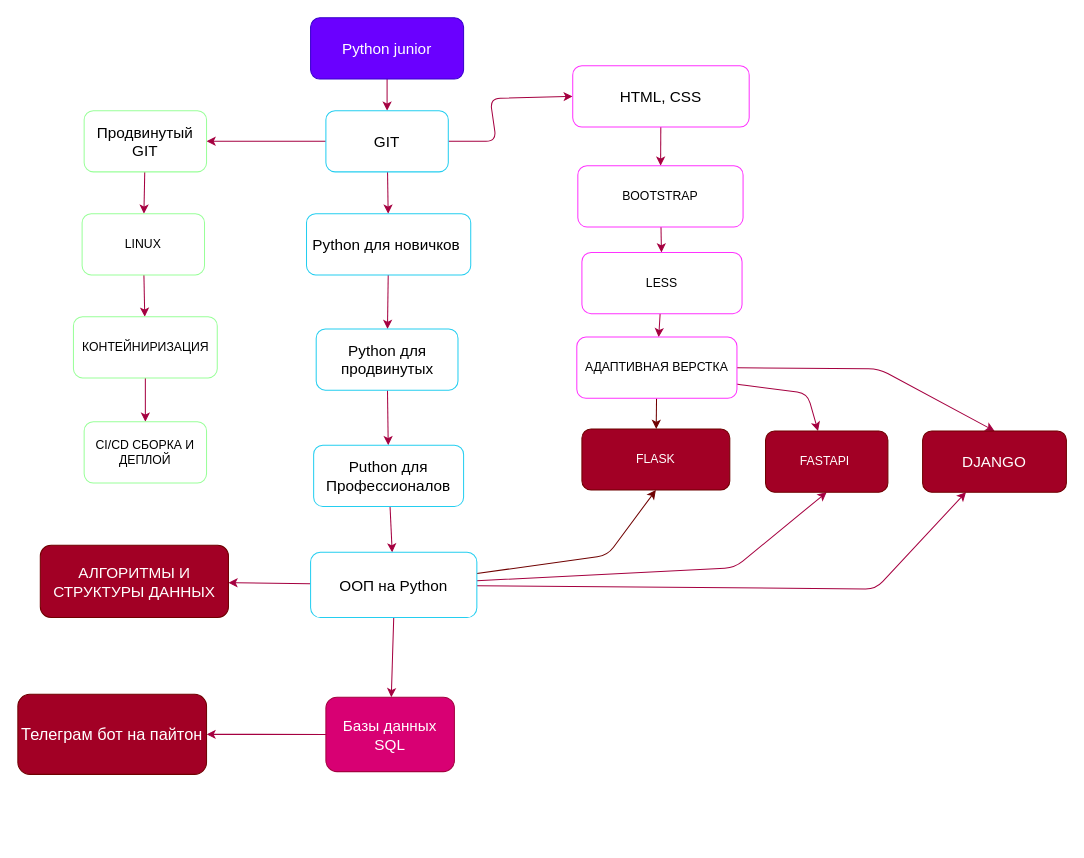
Bichikov/Theory keeps this draw.io diagram as Моя карта.drawio. Above is the earlier version. Source tidied: cells renumbered, new cells numbered last; positions are measured from the earlier drawing's top-left corner, leaving out a move shared by most shapes. Both pictures are drawn from the tidied source at 102%, with x=0, y=0 at pixel (17, 17).
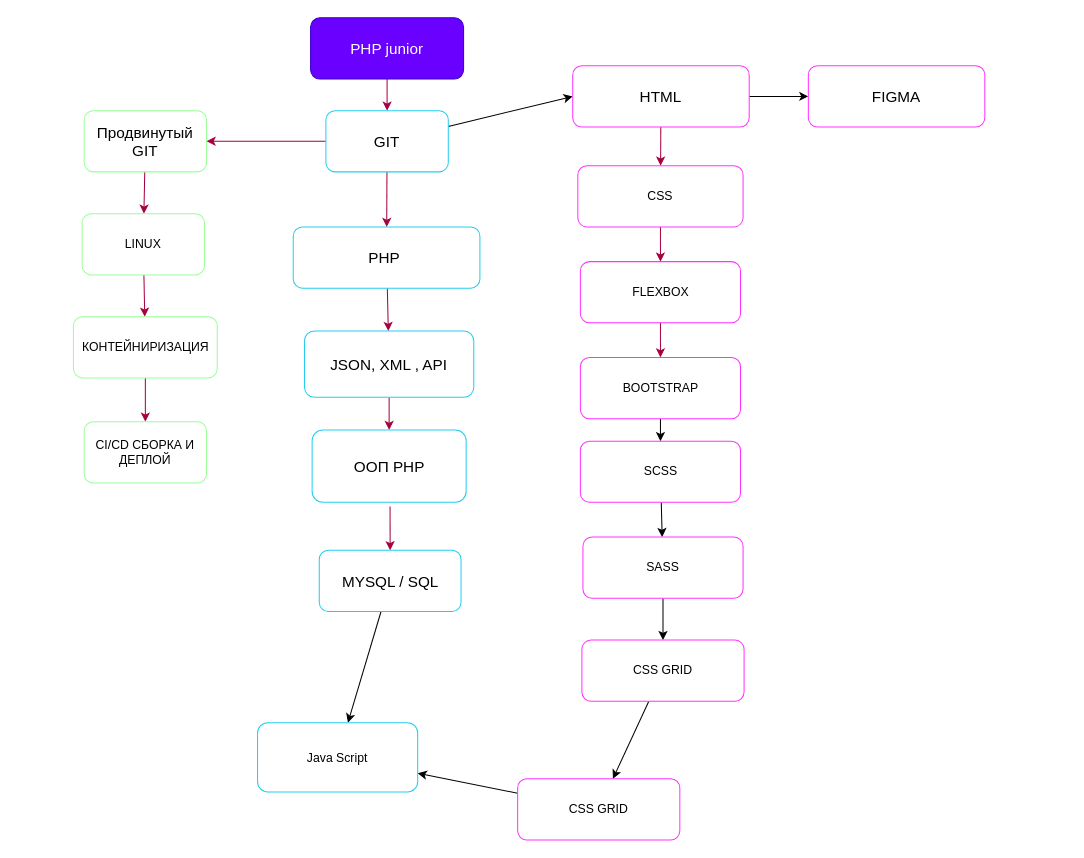
The same diagram, later.

The change refers to these unchanged cells:
```xml
<mxCell id="7" value="&lt;font style=&quot;font-size: 15px;&quot;&gt;GIT&lt;/font&gt;" style="whiteSpace=wrap;html=1;rounded=1;strokeColor=#24CEF0;" parent="1" vertex="1">
  <mxGeometry x="302" y="91" width="120" height="60" as="geometry" />
</mxCell>
<mxCell id="35" value="&lt;span style=&quot;font-size: 15px;&quot;&gt;Продвинутый GIT&lt;/span&gt;" style="whiteSpace=wrap;html=1;rounded=1;strokeColor=#99FF99;" parent="1" vertex="1">
  <mxGeometry x="65" y="91" width="120" height="60" as="geometry" />
</mxCell>
```

Change to the diagram source:
```diff
@@
-    <mxCell id="3" value="&lt;font style=&quot;font-size: 15px;&quot;&gt;Python junior&lt;/font&gt;" style="rounded=1;whiteSpace=wrap;html=1;fillColor=#6a00ff;fontColor=#ffffff;strokeColor=#3700CC;" parent="1" vertex="1">
+    <mxCell id="3" value="&lt;font style=&quot;font-size: 15px;&quot;&gt;PHP junior&lt;/font&gt;" style="rounded=1;whiteSpace=wrap;html=1;fillColor=#6a00ff;fontColor=#ffffff;strokeColor=#3700CC;" parent="1" vertex="1">
       <mxGeometry x="287" width="150" height="60" as="geometry" />
     </mxCell>
@@
+    <mxCell id="6" style="edgeStyle=none;html=1;fontSize=15;fillColor=#d80073;strokeColor=#A50040;" parent="1" edge="1" source="7" target="35">
+      <mxGeometry relative="1" as="geometry" />
+    </mxCell>
-    <mxCell id="5" style="edgeStyle=none;html=1;entryX=0;entryY=0.5;entryDx=0;entryDy=0;fillColor=#d80073;strokeColor=#A50040;" parent="1" edge="1" source="7" target="21">
-      <mxGeometry relative="1" as="geometry">
-        <Array as="points">
-          <mxPoint x="469" y="121" />
-          <mxPoint x="463" y="79" />
-        </Array>
-      </mxGeometry>
+    <mxCell id="5" style="edgeStyle=none;html=1;entryX=0;entryY=0.5;entryDx=0;entryDy=0;" parent="1" edge="1" source="7" target="21">
+      <mxGeometry relative="1" as="geometry" />
     </mxCell>
-    <mxCell id="6" style="edgeStyle=none;html=1;fontSize=15;fillColor=#d80073;strokeColor=#A50040;" parent="1" edge="1" source="7" target="35">
-      <mxGeometry relative="1" as="geometry" />
-    </mxCell>
@@
-    <mxCell id="9" value="&lt;font style=&quot;font-size: 15px;&quot;&gt;Python для новичков&amp;nbsp;&lt;/font&gt;" style="whiteSpace=wrap;html=1;rounded=1;strokeColor=#24CEF0;" parent="1" vertex="1">
-      <mxGeometry x="283" y="192" width="161" height="60" as="geometry" />
+    <mxCell id="9" value="&lt;font style=&quot;font-size: 15px;&quot;&gt;PHP&amp;nbsp;&lt;/font&gt;" style="whiteSpace=wrap;html=1;rounded=1;strokeColor=#24CEF0;" parent="1" vertex="1">
+      <mxGeometry x="270" y="205" width="183" height="60" as="geometry" />
     </mxCell>
-    <mxCell id="10" style="edgeStyle=none;html=1;fillColor=#d80073;strokeColor=#A50040;" parent="1" edge="1" source="11" target="13">
+    <mxCell id="10" style="edgeStyle=none;html=1;fillColor=#d80073;strokeColor=#A50040;entryX=0.5;entryY=0;entryDx=0;entryDy=0;" parent="1" edge="1" source="11" target="50">
       <mxGeometry relative="1" as="geometry" />
     </mxCell>
-    <mxCell id="11" value="&lt;font style=&quot;font-size: 15px;&quot;&gt;Python для продвинутых&lt;/font&gt;" style="whiteSpace=wrap;html=1;rounded=1;strokeColor=#24CEF0;" parent="1" vertex="1">
-      <mxGeometry x="292.5" y="305" width="139" height="60" as="geometry" />
+    <mxCell id="11" value="&lt;span style=&quot;font-size: 15px;&quot;&gt;JSON, XML , API&lt;br&gt;&lt;/span&gt;" style="whiteSpace=wrap;html=1;rounded=1;strokeColor=#24CEF0;" parent="1" vertex="1">
+      <mxGeometry x="281" y="307" width="166" height="65" as="geometry" />
     </mxCell>
-    <mxCell id="12" style="edgeStyle=none;html=1;fillColor=#d80073;strokeColor=#A50040;" parent="1" edge="1" source="13" target="19">
-      <mxGeometry relative="1" as="geometry" />
+    <mxCell id="12" style="edgeStyle=none;html=1;fillColor=#d80073;strokeColor=#A50040;entryX=0.5;entryY=0;entryDx=0;entryDy=0;" parent="1" edge="1" target="49">
+      <mxGeometry relative="1" as="geometry">
+        <mxPoint x="364.9" y="479" as="sourcePoint" />
+      </mxGeometry>
     </mxCell>
-    <mxCell id="13" value="&lt;font style=&quot;font-size: 15px;&quot;&gt;Puthon для Профессионалов&lt;/font&gt;" style="whiteSpace=wrap;html=1;rounded=1;strokeColor=#24CEF0;" parent="1" vertex="1">
-      <mxGeometry x="290" y="419" width="147" height="60" as="geometry" />
-    </mxCell>
-    <mxCell id="14" style="edgeStyle=none;html=1;fillColor=#d80073;strokeColor=#A50040;" parent="1" edge="1" source="19" target="23">
-      <mxGeometry relative="1" as="geometry">
-        <Array as="points">
-          <mxPoint x="841" y="560" />
-        </Array>
-      </mxGeometry>
-    </mxCell>
-    <mxCell id="15" style="edgeStyle=none;html=1;exitX=0.5;exitY=1;exitDx=0;exitDy=0;fillColor=#d80073;strokeColor=#A50040;" parent="1" edge="1" source="19" target="25">
-      <mxGeometry relative="1" as="geometry" />
-    </mxCell>
-    <mxCell id="16" style="edgeStyle=none;html=1;fontSize=15;fillColor=#d80073;strokeColor=#A50040;" parent="1" edge="1" source="19" target="41">
-      <mxGeometry relative="1" as="geometry" />
-    </mxCell>
-    <mxCell id="17" style="edgeStyle=none;html=1;fontSize=18;entryX=0.5;entryY=1;entryDx=0;entryDy=0;fillColor=#d80073;strokeColor=#A50040;" parent="1" edge="1" source="19" target="42">
-      <mxGeometry relative="1" as="geometry">
-        <Array as="points">
-          <mxPoint x="703" y="539" />
-        </Array>
-      </mxGeometry>
-    </mxCell>
-    <mxCell id="18" style="edgeStyle=none;html=1;fontSize=15;entryX=0.5;entryY=1;entryDx=0;entryDy=0;fillColor=#a20025;strokeColor=#6F0000;" parent="1" edge="1" source="19" target="43">
-      <mxGeometry relative="1" as="geometry">
-        <Array as="points">
-          <mxPoint x="578" y="527" />
-        </Array>
-      </mxGeometry>
-    </mxCell>
-    <mxCell id="19" value="&lt;font style=&quot;font-size: 15px;&quot;&gt;ООП на Python&lt;/font&gt;" style="whiteSpace=wrap;html=1;rounded=1;strokeColor=#24CEF0;" parent="1" vertex="1">
-      <mxGeometry x="287" y="524" width="163" height="64" as="geometry" />
-    </mxCell>
@@
+    <mxCell id="44" style="edgeStyle=none;html=1;" parent="1" edge="1" source="21" target="55">
+      <mxGeometry relative="1" as="geometry" />
+    </mxCell>
-    <mxCell id="21" value="&lt;span style=&quot;font-size: 15px;&quot;&gt;HTML, CSS&lt;/span&gt;" style="whiteSpace=wrap;html=1;rounded=1;strokeColor=#FF33FF;" parent="1" vertex="1">
+    <mxCell id="21" value="&lt;span style=&quot;font-size: 15px;&quot;&gt;HTML&lt;/span&gt;" style="whiteSpace=wrap;html=1;rounded=1;strokeColor=#FF33FF;" parent="1" vertex="1">
       <mxGeometry x="544" y="47" width="173" height="60" as="geometry" />
     </mxCell>
-    <mxCell id="22" style="edgeStyle=none;html=1;fontSize=12;entryX=0.5;entryY=0;entryDx=0;entryDy=0;exitX=1;exitY=0.5;exitDx=0;exitDy=0;fillColor=#d80073;strokeColor=#A50040;" parent="1" edge="1" source="32" target="23">
-      <mxGeometry relative="1" as="geometry">
-        <Array as="points">
-          <mxPoint x="844" y="344" />
-        </Array>
-      </mxGeometry>
-    </mxCell>
-    <mxCell id="23" value="&lt;font style=&quot;font-size: 15px;&quot;&gt;DJANGO&lt;/font&gt;" style="whiteSpace=wrap;html=1;rounded=1;fillColor=#a20025;fontColor=#ffffff;strokeColor=#6F0000;" parent="1" vertex="1">
-      <mxGeometry x="887" y="405" width="141" height="60" as="geometry" />
-    </mxCell>
-    <mxCell id="24" style="edgeStyle=none;html=1;fontSize=12;fillColor=#d80073;strokeColor=#A50040;" parent="1" edge="1" source="25" target="33">
-      <mxGeometry relative="1" as="geometry" />
-    </mxCell>
-    <mxCell id="25" value="&lt;font style=&quot;font-size: 15px;&quot;&gt;Базы данных SQL&lt;/font&gt;" style="whiteSpace=wrap;html=1;rounded=1;fillColor=#d80073;fontColor=#ffffff;strokeColor=#A50040;" parent="1" vertex="1">
-      <mxGeometry x="302" y="666" width="126" height="73" as="geometry" />
-    </mxCell>
@@
-    <mxCell id="27" value="BOOTSTRAP" style="whiteSpace=wrap;html=1;rounded=1;strokeColor=#FF33FF;" parent="1" vertex="1">
+    <mxCell id="27" value="CSS" style="whiteSpace=wrap;html=1;rounded=1;strokeColor=#FF33FF;" parent="1" vertex="1">
       <mxGeometry x="549" y="145" width="162" height="60" as="geometry" />
     </mxCell>
@@
-    <mxCell id="29" value="LESS" style="whiteSpace=wrap;html=1;rounded=1;strokeColor=#FF33FF;" parent="1" vertex="1">
-      <mxGeometry x="553" y="230" width="157" height="60" as="geometry" />
+    <mxCell id="29" value="FLEXBOX" style="whiteSpace=wrap;html=1;rounded=1;strokeColor=#FF33FF;" parent="1" vertex="1">
+      <mxGeometry x="551.5" y="239" width="157" height="60" as="geometry" />
     </mxCell>
-    <mxCell id="30" style="edgeStyle=none;html=1;fontSize=18;fillColor=#d80073;strokeColor=#A50040;exitX=1;exitY=0.75;exitDx=0;exitDy=0;" parent="1" edge="1" source="32" target="42">
-      <mxGeometry relative="1" as="geometry">
-        <Array as="points">
-          <mxPoint x="703" y="359" />
-          <mxPoint x="774" y="368" />
-        </Array>
-      </mxGeometry>
-    </mxCell>
-    <mxCell id="31" style="edgeStyle=none;html=1;fontSize=15;fillColor=#a20025;strokeColor=#6F0000;" parent="1" edge="1" source="32" target="43">
-      <mxGeometry relative="1" as="geometry" />
-    </mxCell>
+    <mxCell id="45" style="edgeStyle=none;html=1;" parent="1" edge="1" source="32" target="47">
+      <mxGeometry relative="1" as="geometry" />
+    </mxCell>
-    <mxCell id="32" value="АДАПТИВНАЯ ВЕРСТКА" style="whiteSpace=wrap;html=1;rounded=1;strokeColor=#FF33FF;" parent="1" vertex="1">
-      <mxGeometry x="548" y="313" width="157" height="60" as="geometry" />
+    <mxCell id="32" value="BOOTSTRAP" style="whiteSpace=wrap;html=1;rounded=1;strokeColor=#FF33FF;" parent="1" vertex="1">
+      <mxGeometry x="551.5" y="333" width="157" height="60" as="geometry" />
     </mxCell>
-    <mxCell id="33" value="&lt;font style=&quot;font-size: 16px;&quot;&gt;Телеграм бот на пайтон&lt;/font&gt;" style="whiteSpace=wrap;html=1;rounded=1;fillColor=#a20025;fontColor=#ffffff;strokeColor=#6F0000;" parent="1" vertex="1">
-      <mxGeometry y="663.2" width="185" height="78.5" as="geometry" />
-    </mxCell>
@@
-    <mxCell id="41" value="&lt;font style=&quot;font-size: 15px;&quot;&gt;АЛГОРИТМЫ И СТРУКТУРЫ ДАННЫХ&lt;/font&gt;" style="whiteSpace=wrap;html=1;rounded=1;fillColor=#a20025;fontColor=#ffffff;strokeColor=#6F0000;" parent="1" vertex="1">
-      <mxGeometry x="22" y="517" width="184.5" height="71" as="geometry" />
-    </mxCell>
-    <mxCell id="42" value="FASTAPI&amp;nbsp;" style="whiteSpace=wrap;html=1;strokeColor=#6F0000;rounded=1;fillColor=#a20025;fontColor=#ffffff;" parent="1" vertex="1">
-      <mxGeometry x="733" y="405" width="120" height="60" as="geometry" />
-    </mxCell>
-    <mxCell id="43" value="FLASK" style="whiteSpace=wrap;html=1;strokeColor=#6F0000;rounded=1;fillColor=#a20025;fontColor=#ffffff;" parent="1" vertex="1">
-      <mxGeometry x="553" y="403" width="145" height="60" as="geometry" />
-    </mxCell>
+    <mxCell id="46" style="edgeStyle=none;html=1;" parent="1" edge="1" source="47" target="52">
+      <mxGeometry relative="1" as="geometry" />
+    </mxCell>
+    <mxCell id="47" value="SCSS" style="whiteSpace=wrap;html=1;rounded=1;strokeColor=#FF33FF;" parent="1" vertex="1">
+      <mxGeometry x="551.5" y="415" width="157" height="60" as="geometry" />
+    </mxCell>
+    <mxCell id="48" style="edgeStyle=none;html=1;" parent="1" edge="1" source="49" target="58">
+      <mxGeometry relative="1" as="geometry" />
+    </mxCell>
+    <mxCell id="49" value="&lt;span style=&quot;font-size: 15px;&quot;&gt;MYSQL / SQL&lt;br&gt;&lt;/span&gt;" style="whiteSpace=wrap;html=1;rounded=1;strokeColor=#24CEF0;" parent="1" vertex="1">
+      <mxGeometry x="295.5" y="522" width="139" height="60" as="geometry" />
+    </mxCell>
+    <mxCell id="50" value="&lt;span style=&quot;font-size: 15px;&quot;&gt;ООП PHP&lt;br&gt;&lt;/span&gt;" style="whiteSpace=wrap;html=1;rounded=1;strokeColor=#24CEF0;" parent="1" vertex="1">
+      <mxGeometry x="288.5" y="404" width="151" height="71" as="geometry" />
+    </mxCell>
+    <mxCell id="51" style="edgeStyle=none;html=1;" parent="1" edge="1" source="52" target="54">
+      <mxGeometry relative="1" as="geometry" />
+    </mxCell>
+    <mxCell id="52" value="SASS" style="whiteSpace=wrap;html=1;rounded=1;strokeColor=#FF33FF;" parent="1" vertex="1">
+      <mxGeometry x="554" y="509" width="157" height="60" as="geometry" />
+    </mxCell>
+    <mxCell id="53" style="edgeStyle=none;html=1;" parent="1" edge="1" source="54" target="57">
+      <mxGeometry relative="1" as="geometry" />
+    </mxCell>
+    <mxCell id="54" value="CSS GRID" style="whiteSpace=wrap;html=1;strokeColor=#FF33FF;rounded=1;" parent="1" vertex="1">
+      <mxGeometry x="553" y="610" width="159" height="60" as="geometry" />
+    </mxCell>
+    <mxCell id="55" value="&lt;span style=&quot;font-size: 15px;&quot;&gt;FIGMA&lt;br&gt;&lt;/span&gt;" style="whiteSpace=wrap;html=1;rounded=1;strokeColor=#FF33FF;" parent="1" vertex="1">
+      <mxGeometry x="775" y="47" width="173" height="60" as="geometry" />
+    </mxCell>
+    <mxCell id="56" style="edgeStyle=none;html=1;" parent="1" edge="1" source="57" target="58">
+      <mxGeometry relative="1" as="geometry" />
+    </mxCell>
+    <mxCell id="57" value="CSS GRID" style="whiteSpace=wrap;html=1;strokeColor=#FF33FF;rounded=1;" parent="1" vertex="1">
+      <mxGeometry x="490" y="746" width="159" height="60" as="geometry" />
+    </mxCell>
+    <mxCell id="58" value="&lt;p style=&quot;line-height: 350%;&quot;&gt;Java Script&lt;/p&gt;" style="whiteSpace=wrap;html=1;strokeColor=#24CEF0;rounded=1;" parent="1" vertex="1">
+      <mxGeometry x="235" y="691" width="157" height="68" as="geometry" />
+    </mxCell>
```
